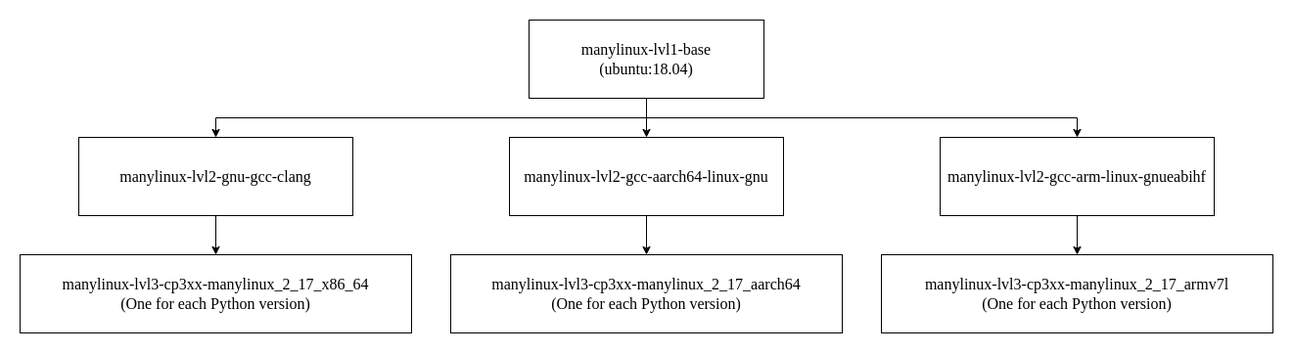
Above: images/manylinux/Docker_layer_graph_manylinux.png in andreslilloortiz/pookie (draw.io), before the change. Source tidied: cells renumbered, new cells last; positions are measured from the earlier drawing's top-left corner, leaving out a move shared by most shapes.
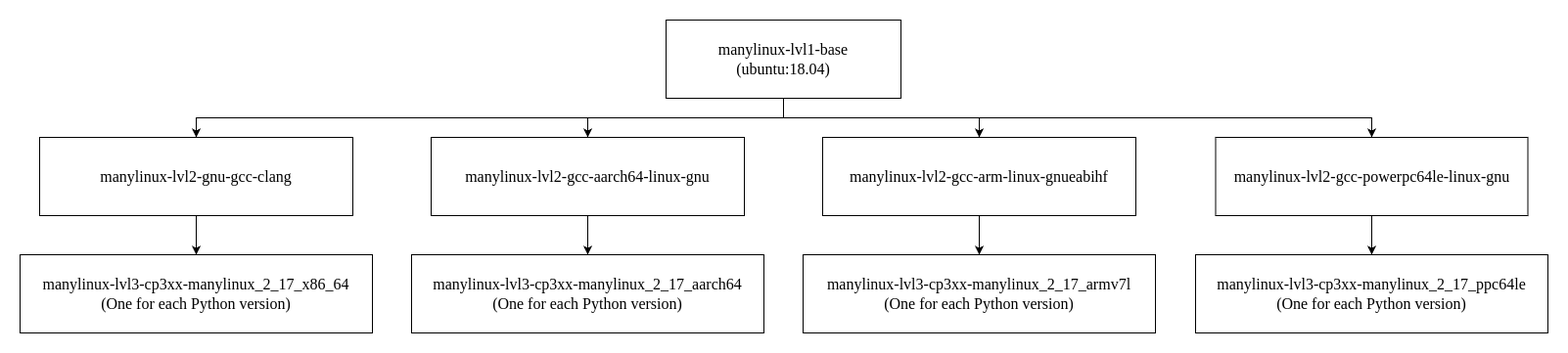
After the commit.

Change to the diagram source:
```diff
@@ -6,40 +6,52 @@
       <mxGeometry relative="1" as="geometry" />
     </mxCell>
     <mxCell id="3" value="&lt;font&gt;manylinux-lvl1-base&lt;/font&gt;&lt;div&gt;&lt;font&gt;(ubuntu:18.04)&lt;/font&gt;&lt;/div&gt;" style="rounded=0;whiteSpace=wrap;html=1;fontSize=16;gradientColor=none;fillColor=default;strokeColor=default;fontFamily=Times New Roman;" parent="1" vertex="1">
-      <mxGeometry x="520" width="240" height="80" as="geometry" />
+      <mxGeometry x="660" width="240" height="80" as="geometry" />
     </mxCell>
     <mxCell id="4" style="edgeStyle=orthogonalEdgeStyle;rounded=0;jettySize=auto;html=1;exitX=0.5;exitY=1;exitDx=0;exitDy=0;entryX=0.5;entryY=0;entryDx=0;entryDy=0;fontSize=16;fontColor=default;fontFamily=Times New Roman;" parent="1" edge="1" source="5" target="6">
       <mxGeometry relative="1" as="geometry" />
     </mxCell>
     <mxCell id="5" value="&lt;font&gt;manylinux-lvl2-gnu-gcc-clang&lt;/font&gt;" style="rounded=0;whiteSpace=wrap;html=1;strokeColor=default;fontSize=16;fontColor=default;fontFamily=Times New Roman;" parent="1" vertex="1">
-      <mxGeometry x="60" y="120" width="280" height="80" as="geometry" />
+      <mxGeometry x="20" y="120" width="320" height="80" as="geometry" />
     </mxCell>
     <mxCell id="6" value="&lt;font&gt;manylinux-&lt;span style=&quot;&quot;&gt;lvl3&lt;/span&gt;-&lt;span style=&quot;&quot;&gt;cp3xx-manylinux_2_17_x86_64&lt;/span&gt;&lt;br&gt;(One for each Python version)&lt;/font&gt;" style="rounded=0;whiteSpace=wrap;html=1;strokeColor=default;fontSize=16;fontColor=default;fontFamily=Times New Roman;" parent="1" vertex="1">
-      <mxGeometry y="240" width="400" height="80" as="geometry" />
+      <mxGeometry y="240" width="360" height="80" as="geometry" />
     </mxCell>
     <mxCell id="7" value="&lt;font&gt;manylinux-lvl2-gcc-aarch64-linux-gnu&lt;/font&gt;" style="rounded=0;whiteSpace=wrap;html=1;strokeColor=default;fontSize=16;fontColor=default;fontFamily=Times New Roman;" parent="1" vertex="1">
-      <mxGeometry x="500" y="120" width="280" height="80" as="geometry" />
+      <mxGeometry x="420" y="120" width="320" height="80" as="geometry" />
     </mxCell>
     <mxCell id="8" style="edgeStyle=orthogonalEdgeStyle;rounded=0;jettySize=auto;html=1;exitX=0.5;exitY=1;exitDx=0;exitDy=0;entryX=0.5;entryY=0;entryDx=0;entryDy=0;fontSize=16;fontColor=default;fontFamily=Times New Roman;" parent="1" edge="1" source="3" target="7">
       <mxGeometry relative="1" as="geometry" />
     </mxCell>
     <mxCell id="9" value="&lt;font&gt;manylinux-&lt;span style=&quot;&quot;&gt;lvl3&lt;/span&gt;-&lt;span style=&quot;&quot;&gt;cp3xx-manylinux_2_17_aarch64&lt;/span&gt;&lt;/font&gt;&lt;div&gt;&lt;font&gt;(One for each Python version)&lt;/font&gt;&lt;/div&gt;" style="rounded=0;whiteSpace=wrap;html=1;strokeColor=default;fontSize=16;fontColor=default;fontFamily=Times New Roman;" parent="1" vertex="1">
-      <mxGeometry x="440" y="240" width="400" height="80" as="geometry" />
+      <mxGeometry x="400" y="240" width="360" height="80" as="geometry" />
     </mxCell>
     <mxCell id="10" style="edgeStyle=orthogonalEdgeStyle;rounded=0;jettySize=auto;html=1;exitX=0.5;exitY=1;exitDx=0;exitDy=0;entryX=0.5;entryY=0;entryDx=0;entryDy=0;fontSize=16;fontColor=default;fontFamily=Times New Roman;" parent="1" edge="1" source="7" target="9">
       <mxGeometry relative="1" as="geometry" />
     </mxCell>
     <mxCell id="11" value="&lt;font&gt;manylinux-lvl2-gcc-arm-linux-gnueabihf&lt;/font&gt;" style="rounded=0;whiteSpace=wrap;html=1;strokeColor=default;fontSize=16;fontColor=default;fontFamily=Times New Roman;" parent="1" vertex="1">
-      <mxGeometry x="940" y="120" width="280" height="80" as="geometry" />
+      <mxGeometry x="820" y="120" width="320" height="80" as="geometry" />
     </mxCell>
     <mxCell id="12" style="edgeStyle=orthogonalEdgeStyle;rounded=0;jettySize=auto;html=1;exitX=0.5;exitY=1;exitDx=0;exitDy=0;entryX=0.5;entryY=0;entryDx=0;entryDy=0;fontSize=16;fontColor=default;fontFamily=Times New Roman;" parent="1" edge="1" source="3" target="11">
       <mxGeometry relative="1" as="geometry" />
     </mxCell>
     <mxCell id="13" value="&lt;font&gt;manylinux-&lt;span style=&quot;&quot;&gt;lvl3&lt;/span&gt;-&lt;span style=&quot;&quot;&gt;cp3xx-manylinux_2_17&lt;/span&gt;&lt;/font&gt;_armv7l&lt;div&gt;&lt;font&gt;(One for each Python version)&lt;/font&gt;&lt;/div&gt;" style="rounded=0;whiteSpace=wrap;html=1;strokeColor=default;fontSize=16;fontColor=default;fontFamily=Times New Roman;" parent="1" vertex="1">
-      <mxGeometry x="880" y="240" width="400" height="80" as="geometry" />
+      <mxGeometry x="800" y="240" width="360" height="80" as="geometry" />
     </mxCell>
     <mxCell id="14" style="edgeStyle=orthogonalEdgeStyle;rounded=0;jettySize=auto;html=1;exitX=0.5;exitY=1;exitDx=0;exitDy=0;entryX=0.5;entryY=0;entryDx=0;entryDy=0;fontSize=16;fontColor=default;fontFamily=Times New Roman;" parent="1" edge="1" source="11" target="13">
       <mxGeometry relative="1" as="geometry" />
     </mxCell>
+    <mxCell id="15" value="&lt;font&gt;manylinux-lvl2-gcc-powerpc64le-linux-gnu&lt;/font&gt;" style="rounded=0;whiteSpace=wrap;html=1;strokeColor=default;fontSize=16;fontColor=default;fontFamily=Times New Roman;" parent="1" vertex="1">
+      <mxGeometry x="1221.5" y="120" width="319" height="80" as="geometry" />
+    </mxCell>
+    <mxCell id="16" value="&lt;font&gt;manylinux-&lt;span style=&quot;&quot;&gt;lvl3&lt;/span&gt;-&lt;span style=&quot;&quot;&gt;cp3xx-manylinux_2_17&lt;/span&gt;&lt;/font&gt;_ppc64le&lt;div&gt;&lt;font&gt;(One for each Python version)&lt;/font&gt;&lt;/div&gt;" style="rounded=0;whiteSpace=wrap;html=1;strokeColor=default;fontSize=16;fontColor=default;fontFamily=Times New Roman;" parent="1" vertex="1">
+      <mxGeometry x="1201" y="240" width="360" height="80" as="geometry" />
+    </mxCell>
+    <mxCell id="17" style="edgeStyle=orthogonalEdgeStyle;rounded=0;jettySize=auto;html=1;exitX=0.5;exitY=1;exitDx=0;exitDy=0;entryX=0.5;entryY=0;entryDx=0;entryDy=0;fontSize=16;fontColor=default;fontFamily=Times New Roman;" parent="1" edge="1" source="15" target="16">
+      <mxGeometry relative="1" as="geometry" />
+    </mxCell>
+    <mxCell id="18" style="edgeStyle=orthogonalEdgeStyle;rounded=0;jettySize=auto;html=1;exitX=0.5;exitY=1;exitDx=0;exitDy=0;entryX=0.5;entryY=0;entryDx=0;entryDy=0;fontSize=16;fontColor=default;fontFamily=Times New Roman;" parent="1" edge="1" source="3" target="15">
+      <mxGeometry relative="1" as="geometry" />
+    </mxCell>
   </root>
 </mxGraphModel>
```
